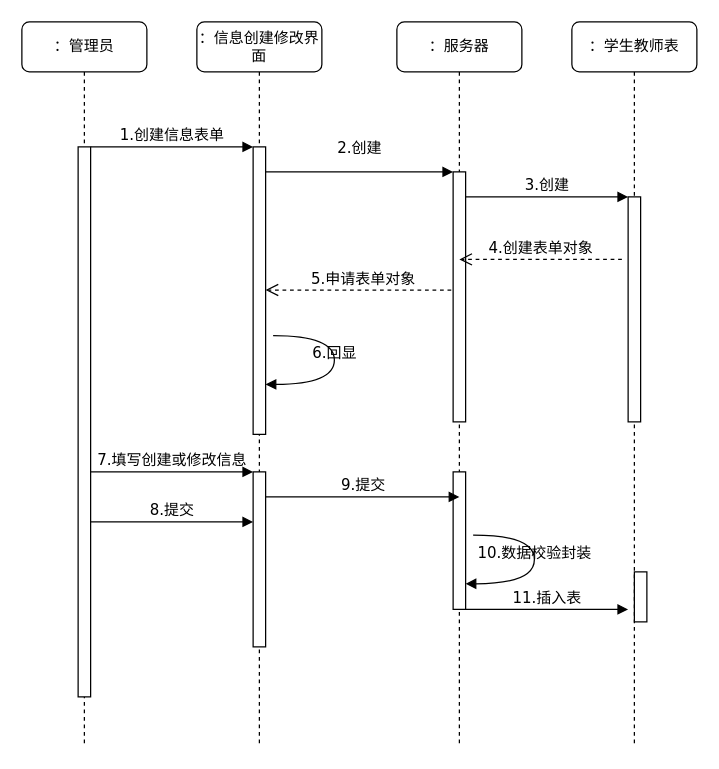
This is 账户创建系统对象交互模型.drawio from GrandeLai/StudentManagerUML, a draw.io file, before an edit. Source tidied: cells renumbered, new cells numbered last; positions are measured from the earlier drawing's top-left corner, leaving out a move shared by most shapes. Both pictures are drawn from the tidied source at 125%, with x=0, y=0 at pixel (21, 21).
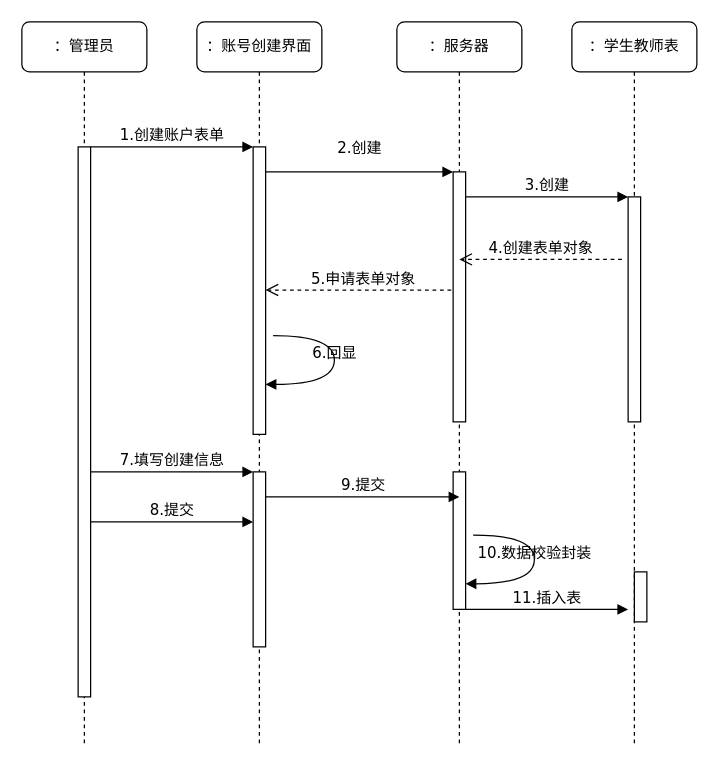
After the change.

Commit message:
已添加 账户创建系统对象交互模型.drawio

The change refers to these unchanged cells:
```xml
<mxCell id="3" style="html=1;points=[];perimeter=orthogonalPerimeter;rounded=0;shadow=0;comic=0;labelBackgroundColor=none;strokeWidth=1;fontFamily=Verdana;fontSize=12;align=center;" parent="2" vertex="1">
  <mxGeometry x="45" y="100" width="10" height="230" as="geometry" />
</mxCell>
<mxCell id="6" style="html=1;points=[];perimeter=orthogonalPerimeter;rounded=0;shadow=0;comic=0;labelBackgroundColor=none;strokeWidth=1;fontFamily=Verdana;fontSize=12;align=center;" parent="2" vertex="1">
  <mxGeometry x="45" y="360" width="10" height="140" as="geometry" />
</mxCell>
<mxCell id="14" style="html=1;points=[];perimeter=orthogonalPerimeter;rounded=0;shadow=0;comic=0;labelBackgroundColor=none;strokeWidth=1;fontFamily=Verdana;fontSize=12;align=center;" parent="13" vertex="1">
  <mxGeometry x="45" y="100" width="10" height="440" as="geometry" />
</mxCell>
```

Diff of the diagram source:
```diff
@@
-    <mxCell id="2" value="：信息创建修改界面" style="shape=umlLifeline;perimeter=lifelinePerimeter;whiteSpace=wrap;html=1;rounded=1;shadow=0;comic=0;labelBackgroundColor=none;strokeWidth=1;fontFamily=Verdana;fontSize=12;align=center;" parent="1" vertex="1">
+    <mxCell id="2" value="：账号创建界面" style="shape=umlLifeline;perimeter=lifelinePerimeter;whiteSpace=wrap;html=1;rounded=1;shadow=0;comic=0;labelBackgroundColor=none;strokeWidth=1;fontFamily=Verdana;fontSize=12;align=center;" parent="1" vertex="1">
       <mxGeometry x="140" width="100" height="580" as="geometry" />
     </mxCell>
@@
-    <mxCell id="17" value="7.填写创建或修改信息" style="html=1;verticalAlign=bottom;endArrow=block;entryX=0;entryY=0;labelBackgroundColor=none;fontFamily=Verdana;fontSize=12;" parent="1" edge="1" source="14" target="6">
+    <mxCell id="17" value="7.填写创建信息" style="html=1;verticalAlign=bottom;endArrow=block;entryX=0;entryY=0;labelBackgroundColor=none;fontFamily=Verdana;fontSize=12;" parent="1" edge="1" source="14" target="6">
       <mxGeometry relative="1" as="geometry" />
     </mxCell>
@@
-    <mxCell id="19" value="1.创建信息表单" style="html=1;verticalAlign=bottom;endArrow=block;entryX=0;entryY=0;labelBackgroundColor=none;fontFamily=Verdana;fontSize=12;edgeStyle=elbowEdgeStyle;elbow=vertical;" parent="1" edge="1" source="14" target="3">
+    <mxCell id="19" value="1.创建账户表单" style="html=1;verticalAlign=bottom;endArrow=block;entryX=0;entryY=0;labelBackgroundColor=none;fontFamily=Verdana;fontSize=12;edgeStyle=elbowEdgeStyle;elbow=vertical;" parent="1" edge="1" source="14" target="3">
       <mxGeometry relative="1" as="geometry" />
     </mxCell>
```
